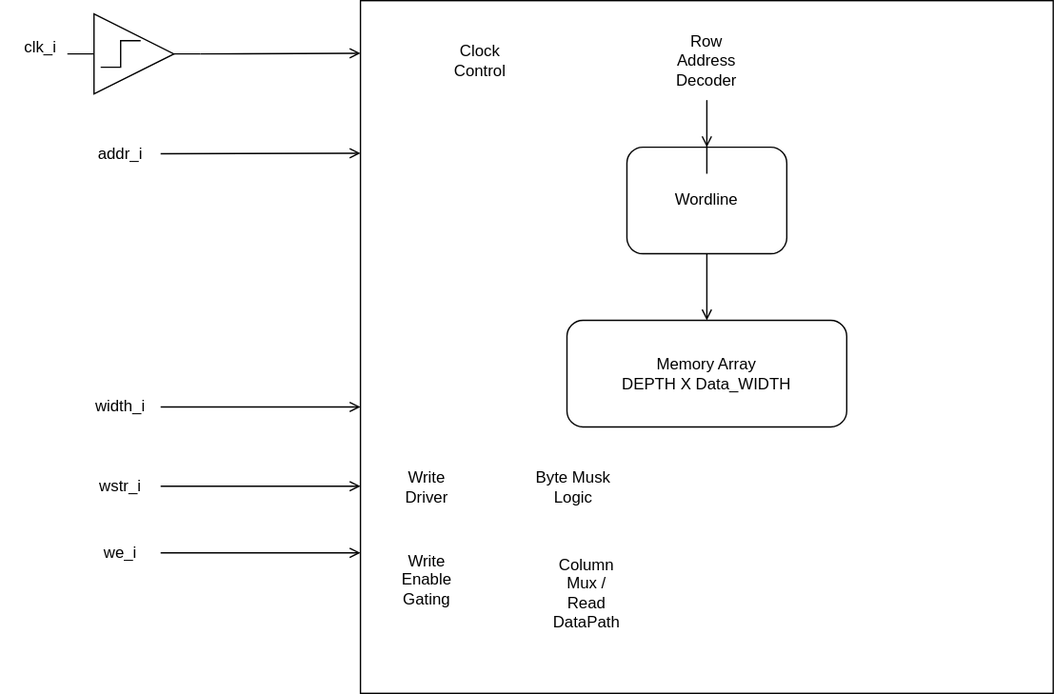
ADN-VLSI/SC-SoC keeps this draw.io diagram as document/mem_tb_dut_arch.drawio.svg. Above is the earlier version. Source tidied: cells renumbered, new cells last; positions are measured from the earlier drawing's top-left corner, leaving out a move shared by most shapes. Its diagram source:
```xml
<mxGraphModel>
  <root>
    <mxCell id="0" />
    <mxCell id="1" parent="0" />
    <mxCell id="2" style="verticalLabelPosition=bottom;shadow=0;dashed=0;align=center;html=1;verticalAlign=top;shape=mxgraph.electrical.logic_gates.buffer2;" parent="1" vertex="1">
      <mxGeometry x="50" y="10" width="100" height="60" as="geometry" />
    </mxCell>
    <mxCell id="3" style="whiteSpace=wrap;html=1;" parent="1" vertex="1">
      <mxGeometry x="270" width="520" height="520" as="geometry" />
    </mxCell>
    <mxCell id="4" value="Wordline" style="rounded=1;whiteSpace=wrap;html=1;" parent="1" vertex="1">
      <mxGeometry x="470" y="110" width="120" height="80" as="geometry" />
    </mxCell>
    <mxCell id="5" value="Memory Array&lt;div&gt;DEPTH X Data_WIDTH&lt;/div&gt;" style="rounded=1;whiteSpace=wrap;html=1;" parent="1" vertex="1">
      <mxGeometry x="425" y="240" width="210" height="80" as="geometry" />
    </mxCell>
    <mxCell id="6" value="Row Address&lt;div&gt;Decoder&lt;/div&gt;" style="text;html=1;align=center;verticalAlign=middle;whiteSpace=wrap;rounded=0;" parent="1" vertex="1">
      <mxGeometry x="500" y="30" width="60" height="30" as="geometry" />
    </mxCell>
    <mxCell id="7" value="Clock&lt;div&gt;Control&lt;/div&gt;" style="text;html=1;align=center;verticalAlign=middle;whiteSpace=wrap;rounded=0;" parent="1" vertex="1">
      <mxGeometry x="310" y="20" width="100" height="50" as="geometry" />
    </mxCell>
    <mxCell id="8" value="addr_i" style="text;html=1;align=center;verticalAlign=middle;whiteSpace=wrap;rounded=0;" parent="1" vertex="1">
      <mxGeometry x="60" y="100" width="60" height="30" as="geometry" />
    </mxCell>
    <mxCell id="9" value="clk_i" style="text;html=1;align=center;verticalAlign=middle;whiteSpace=wrap;rounded=0;" parent="1" vertex="1">
      <mxGeometry y="20" width="60" height="30" as="geometry" />
    </mxCell>
    <mxCell id="10" style="verticalLabelPosition=bottom;shadow=0;dashed=0;align=center;html=1;verticalAlign=top;shape=mxgraph.electrical.waveforms.step_1;" parent="1" vertex="1">
      <mxGeometry x="75" y="30" width="30" height="20" as="geometry" />
    </mxCell>
    <mxCell id="11" style="endArrow=open;html=1;entryX=0;entryY=0.05;entryDx=0;entryDy=0;entryPerimeter=0;exitX=1;exitY=0.5;exitDx=0;exitDy=0;endFill=0;" parent="1" edge="1" source="2">
      <mxGeometry relative="1" as="geometry">
        <mxPoint x="270" y="39.5" as="targetPoint" />
      </mxGeometry>
    </mxCell>
    <mxCell id="12" style="endArrow=open;html=1;entryX=0;entryY=0.05;entryDx=0;entryDy=0;entryPerimeter=0;endFill=0;" parent="1" edge="1" source="8">
      <mxGeometry relative="1" as="geometry">
        <mxPoint x="270" y="114.5" as="targetPoint" />
      </mxGeometry>
    </mxCell>
    <mxCell id="13" style="endArrow=open;html=1;endFill=0;" parent="1" edge="1" target="4">
      <mxGeometry relative="1" as="geometry">
        <mxPoint x="530" y="130" as="sourcePoint" />
        <Array as="points">
          <mxPoint x="530" y="70" />
        </Array>
      </mxGeometry>
    </mxCell>
    <mxCell id="14" value="width_i" style="text;html=1;align=center;verticalAlign=middle;whiteSpace=wrap;rounded=0;" parent="1" vertex="1">
      <mxGeometry x="60" y="290" width="60" height="30" as="geometry" />
    </mxCell>
    <mxCell id="15" value="wstr_i" style="text;html=1;align=center;verticalAlign=middle;whiteSpace=wrap;rounded=0;" parent="1" vertex="1">
      <mxGeometry x="60" y="350" width="60" height="30" as="geometry" />
    </mxCell>
    <mxCell id="16" value="we_i" style="text;html=1;align=center;verticalAlign=middle;whiteSpace=wrap;rounded=0;" parent="1" vertex="1">
      <mxGeometry x="60" y="400" width="60" height="30" as="geometry" />
    </mxCell>
    <mxCell id="17" style="endArrow=open;html=1;endFill=0;" parent="1" edge="1">
      <mxGeometry relative="1" as="geometry">
        <mxPoint x="120" y="305" as="sourcePoint" />
        <mxPoint x="270" y="305" as="targetPoint" />
      </mxGeometry>
    </mxCell>
    <mxCell id="18" style="endArrow=open;html=1;endFill=0;" parent="1" edge="1">
      <mxGeometry relative="1" as="geometry">
        <mxPoint x="120" y="364.5" as="sourcePoint" />
        <mxPoint x="270" y="364.5" as="targetPoint" />
      </mxGeometry>
    </mxCell>
    <mxCell id="19" style="endArrow=open;html=1;endFill=0;" parent="1" edge="1">
      <mxGeometry relative="1" as="geometry">
        <mxPoint x="120" y="414.5" as="sourcePoint" />
        <mxPoint x="270" y="414.5" as="targetPoint" />
      </mxGeometry>
    </mxCell>
    <mxCell id="20" value="Write Driver" style="text;html=1;align=center;verticalAlign=middle;whiteSpace=wrap;rounded=0;" parent="1" vertex="1">
      <mxGeometry x="290" y="350" width="60" height="30" as="geometry" />
    </mxCell>
    <mxCell id="21" value="Byte Musk Logic" style="text;html=1;align=center;verticalAlign=middle;whiteSpace=wrap;rounded=0;" parent="1" vertex="1">
      <mxGeometry x="400" y="350" width="60" height="30" as="geometry" />
    </mxCell>
    <mxCell id="22" style="endArrow=open;html=1;endFill=0;entryX=0.5;entryY=0;entryDx=0;entryDy=0;exitX=0.5;exitY=1;exitDx=0;exitDy=0;" parent="1" edge="1" source="4" target="5">
      <mxGeometry relative="1" as="geometry" />
    </mxCell>
    <mxCell id="23" value="Write Enable Gating" style="text;html=1;align=center;verticalAlign=middle;whiteSpace=wrap;rounded=0;" parent="1" vertex="1">
      <mxGeometry x="290" y="420" width="60" height="30" as="geometry" />
    </mxCell>
    <mxCell id="24" value="Column Mux / Read DataPath" style="text;html=1;align=center;verticalAlign=middle;whiteSpace=wrap;rounded=0;" parent="1" vertex="1">
      <mxGeometry x="410" y="430" width="60" height="30" as="geometry" />
    </mxCell>
  </root>
</mxGraphModel>
```
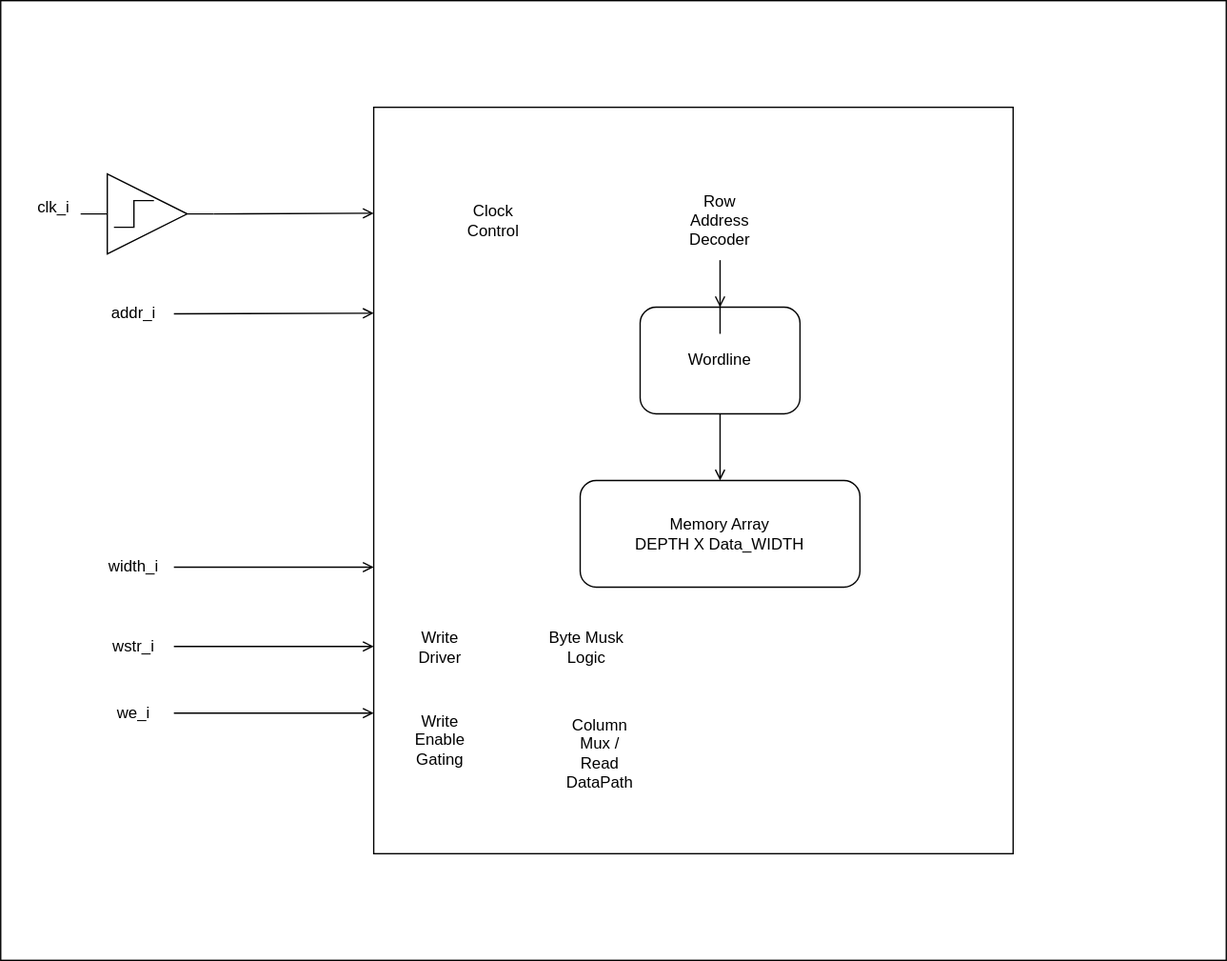
After the change.

What changed in the source:
```diff
@@ -2,12 +2,15 @@
   <root>
     <mxCell id="0" />
     <mxCell id="1" parent="0" />
+    <mxCell id="25" style="rounded=0;whiteSpace=wrap;html=1;" parent="1" vertex="1">
+      <mxGeometry x="-10" y="-120" width="920" height="720" as="geometry" />
+    </mxCell>
+    <mxCell id="26" style="rounded=0;whiteSpace=wrap;html=1;" parent="1" vertex="1">
+      <mxGeometry x="270" y="-40" width="480" height="560" as="geometry" />
+    </mxCell>
     <mxCell id="2" style="verticalLabelPosition=bottom;shadow=0;dashed=0;align=center;html=1;verticalAlign=top;shape=mxgraph.electrical.logic_gates.buffer2;" parent="1" vertex="1">
       <mxGeometry x="50" y="10" width="100" height="60" as="geometry" />
     </mxCell>
-    <mxCell id="3" style="whiteSpace=wrap;html=1;" parent="1" vertex="1">
-      <mxGeometry x="270" width="520" height="520" as="geometry" />
-    </mxCell>
     <mxCell id="4" value="Wordline" style="rounded=1;whiteSpace=wrap;html=1;" parent="1" vertex="1">
       <mxGeometry x="470" y="110" width="120" height="80" as="geometry" />
     </mxCell>
```
